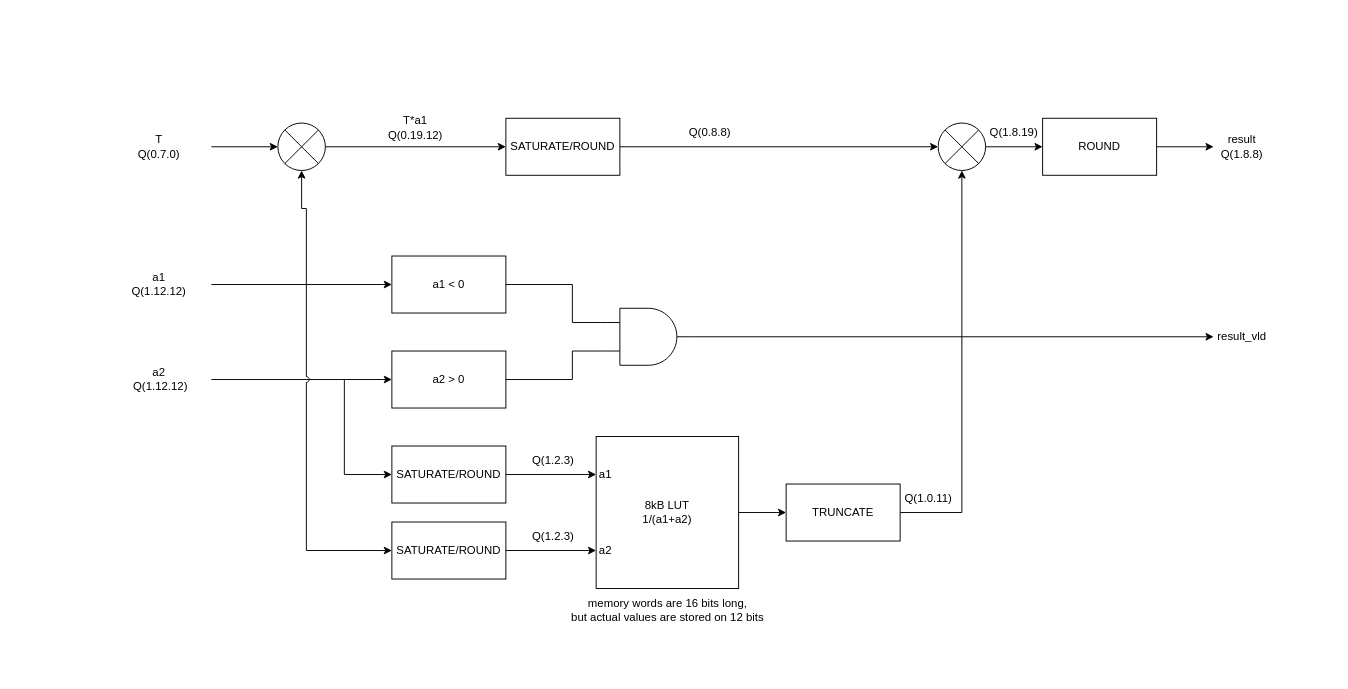
Before: Interpolator.drawio in maj77/DCFD, a draw.io diagram. Source tidied: cells renumbered, new cells numbered last; positions are measured from the earlier drawing's top-left corner, leaving out a move shared by most shapes. Both pictures are drawn from the tidied source at 95%, with x=0, y=0 at pixel (106, 113).
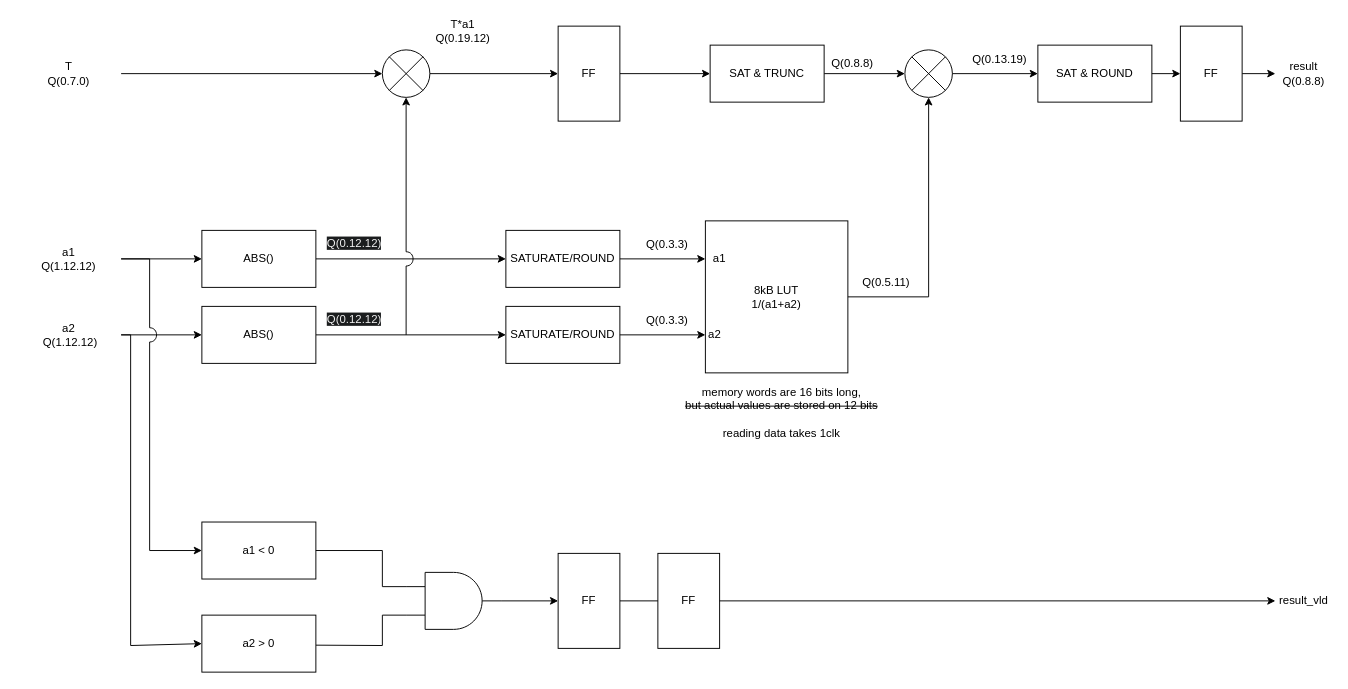
Above is the later version.

Change to the diagram source:
```diff
@@
     <mxCell id="2" value="a1 &amp;lt; 0" style="rounded=0;whiteSpace=wrap;html=1;" parent="1" vertex="1">
-      <mxGeometry x="300" y="150" width="120" height="60" as="geometry" />
+      <mxGeometry x="100" y="430" width="120" height="60" as="geometry" />
     </mxCell>
     <mxCell id="3" value="a2 &amp;gt; 0" style="rounded=0;whiteSpace=wrap;html=1;" parent="1" vertex="1">
-      <mxGeometry x="300" y="250" width="120" height="60" as="geometry" />
+      <mxGeometry x="100" y="528" width="120" height="60" as="geometry" />
     </mxCell>
+    <mxCell id="45" style="edgeStyle=orthogonalEdgeStyle;rounded=0;jettySize=auto;html=1;" parent="1" edge="1" source="4" target="55">
+      <mxGeometry relative="1" as="geometry" />
+    </mxCell>
     <mxCell id="4" value="a1 &lt;br&gt;Q(1.12.12)" style="text;html=1;strokeColor=none;fillColor=none;align=center;verticalAlign=middle;whiteSpace=wrap;rounded=0;" parent="1" vertex="1">
-      <mxGeometry y="165" width="110" height="30" as="geometry" />
+      <mxGeometry x="-95" y="138" width="110" height="30" as="geometry" />
     </mxCell>
+    <mxCell id="46" style="edgeStyle=orthogonalEdgeStyle;rounded=0;jettySize=auto;html=1;" parent="1" edge="1" source="5" target="57">
+      <mxGeometry relative="1" as="geometry" />
+    </mxCell>
     <mxCell id="5" value="a2&lt;br&gt;&amp;nbsp;Q(1.12.12)" style="text;html=1;strokeColor=none;fillColor=none;align=center;verticalAlign=middle;whiteSpace=wrap;rounded=0;" parent="1" vertex="1">
-      <mxGeometry y="265" width="110" height="30" as="geometry" />
+      <mxGeometry x="-95" y="218" width="110" height="30" as="geometry" />
     </mxCell>
-    <mxCell id="6" style="endArrow=classic;html=1;rounded=0;exitX=1;exitY=0.5;exitDx=0;exitDy=0;entryX=0;entryY=0.5;entryDx=0;entryDy=0;jumpStyle=arc;" parent="1" edge="1" source="4" target="2">
-      <mxGeometry relative="1" as="geometry" />
-    </mxCell>
-    <mxCell id="7" style="endArrow=classic;html=1;rounded=0;exitX=1;exitY=0.5;exitDx=0;exitDy=0;entryX=0;entryY=0.5;entryDx=0;entryDy=0;jumpStyle=arc;" parent="1" edge="1" source="5" target="3">
-      <mxGeometry relative="1" as="geometry" />
-    </mxCell>
     <mxCell id="8" style="verticalLabelPosition=bottom;shadow=0;dashed=0;align=center;html=1;verticalAlign=top;shape=mxgraph.electrical.logic_gates.logic_gate;operation=and;" parent="1" vertex="1">
-      <mxGeometry x="520" y="205" width="100" height="60" as="geometry" />
+      <mxGeometry x="315" y="483" width="100" height="60" as="geometry" />
     </mxCell>
     <mxCell id="9" style="endArrow=none;html=1;rounded=0;exitX=1;exitY=0.5;exitDx=0;exitDy=0;entryX=0;entryY=0.25;entryDx=0;entryDy=0;entryPerimeter=0;jumpStyle=arc;" parent="1" edge="1" source="2" target="8">
       <mxGeometry relative="1" as="geometry">
         <Array as="points">
-          <mxPoint x="490" y="180" />
-          <mxPoint x="490" y="220" />
+          <mxPoint x="290" y="460" />
+          <mxPoint x="290" y="498" />
         </Array>
       </mxGeometry>
     </mxCell>
-    <mxCell id="10" style="endArrow=none;html=1;rounded=0;exitX=1;exitY=0.5;exitDx=0;exitDy=0;entryX=0;entryY=0.75;entryDx=0;entryDy=0;entryPerimeter=0;jumpStyle=arc;" parent="1" edge="1" source="3" target="8">
+    <mxCell id="10" style="endArrow=none;html=1;rounded=0;exitX=1.001;exitY=0.527;exitDx=0;exitDy=0;entryX=0;entryY=0.75;entryDx=0;entryDy=0;entryPerimeter=0;jumpStyle=arc;exitPerimeter=0;" parent="1" edge="1" source="3" target="8">
       <mxGeometry relative="1" as="geometry">
         <Array as="points">
-          <mxPoint x="490" y="280" />
-          <mxPoint x="490" y="250" />
+          <mxPoint x="290" y="560" />
+          <mxPoint x="290" y="528" />
         </Array>
       </mxGeometry>
     </mxCell>
-    <mxCell id="11" style="endArrow=classic;html=1;rounded=0;jumpStyle=arc;entryX=0;entryY=0.5;entryDx=0;entryDy=0;" parent="1" edge="1" target="13">
-      <mxGeometry relative="1" as="geometry">
-        <mxPoint x="250" y="280" as="sourcePoint" />
-        <Array as="points">
-          <mxPoint x="250" y="380" />
-        </Array>
-      </mxGeometry>
-    </mxCell>
-    <mxCell id="12" style="endArrow=classic;html=1;rounded=0;jumpStyle=arc;entryX=0;entryY=0.5;entryDx=0;entryDy=0;" parent="1" edge="1" target="16">
-      <mxGeometry relative="1" as="geometry">
-        <mxPoint x="210" y="180" as="sourcePoint" />
-        <Array as="points">
-          <mxPoint x="210" y="460" />
-        </Array>
-      </mxGeometry>
-    </mxCell>
     <mxCell id="13" value="SATURATE/ROUND" style="rounded=0;whiteSpace=wrap;html=1;" parent="1" vertex="1">
-      <mxGeometry x="300" y="350" width="120" height="60" as="geometry" />
+      <mxGeometry x="420" y="123" width="120" height="60" as="geometry" />
     </mxCell>
-    <mxCell id="14" style="edgeStyle=orthogonalEdgeStyle;rounded=0;jettySize=auto;html=1;" parent="1" edge="1" source="15" target="44">
-      <mxGeometry relative="1" as="geometry" />
-    </mxCell>
     <mxCell id="15" value="8kB LUT&lt;br&gt;1/(a1+a2)" style="rounded=0;whiteSpace=wrap;html=1;" parent="1" vertex="1">
-      <mxGeometry x="515" y="340" width="150" height="160" as="geometry" />
+      <mxGeometry x="630" y="113" width="150" height="160" as="geometry" />
     </mxCell>
     <mxCell id="16" value="SATURATE/ROUND" style="rounded=0;whiteSpace=wrap;html=1;" parent="1" vertex="1">
-      <mxGeometry x="300" y="430" width="120" height="60" as="geometry" />
+      <mxGeometry x="420" y="203" width="120" height="60" as="geometry" />
     </mxCell>
     <mxCell id="17" value="a2" style="text;html=1;strokeColor=none;fillColor=none;align=center;verticalAlign=middle;whiteSpace=wrap;rounded=0;" parent="1" vertex="1">
-      <mxGeometry x="515" y="442.5" width="20" height="35" as="geometry" />
+      <mxGeometry x="630" y="215.5" width="20" height="35" as="geometry" />
     </mxCell>
@@
-    <mxCell id="20" value="Q(1.2.3)" style="text;html=1;strokeColor=none;fillColor=none;align=center;verticalAlign=middle;whiteSpace=wrap;rounded=0;" parent="1" vertex="1">
-      <mxGeometry x="440" y="350" width="60" height="30" as="geometry" />
+    <mxCell id="20" value="Q(0.3.3)" style="text;html=1;strokeColor=none;fillColor=none;align=center;verticalAlign=middle;whiteSpace=wrap;rounded=0;" parent="1" vertex="1">
+      <mxGeometry x="560" y="123" width="60" height="30" as="geometry" />
     </mxCell>
-    <mxCell id="21" value="Q(1.2.3)" style="text;html=1;strokeColor=none;fillColor=none;align=center;verticalAlign=middle;whiteSpace=wrap;rounded=0;" parent="1" vertex="1">
-      <mxGeometry x="440" y="430" width="60" height="30" as="geometry" />
+    <mxCell id="21" value="Q(0.3.3)" style="text;html=1;strokeColor=none;fillColor=none;align=center;verticalAlign=middle;whiteSpace=wrap;rounded=0;" parent="1" vertex="1">
+      <mxGeometry x="560" y="203" width="60" height="30" as="geometry" />
     </mxCell>
     <mxCell id="22" value="a1" style="text;html=1;strokeColor=none;fillColor=none;align=center;verticalAlign=middle;whiteSpace=wrap;rounded=0;" parent="1" vertex="1">
-      <mxGeometry x="515" y="362.5" width="20" height="35" as="geometry" />
+      <mxGeometry x="635" y="135.5" width="20" height="35" as="geometry" />
     </mxCell>
     <mxCell id="23" value="T&lt;br&gt;Q(0.7.0)" style="text;html=1;strokeColor=none;fillColor=none;align=center;verticalAlign=middle;whiteSpace=wrap;rounded=0;" parent="1" vertex="1">
-      <mxGeometry y="20" width="110" height="30" as="geometry" />
+      <mxGeometry x="-95" y="-57" width="110" height="30" as="geometry" />
     </mxCell>
     <mxCell id="24" style="verticalLabelPosition=bottom;shadow=0;dashed=0;align=center;html=1;verticalAlign=top;shape=mxgraph.electrical.abstract.multiplier;" parent="1" vertex="1">
-      <mxGeometry x="180" y="10" width="50" height="50" as="geometry" />
+      <mxGeometry x="290" y="-67" width="50" height="50" as="geometry" />
     </mxCell>
@@
-    <mxCell id="26" style="endArrow=classic;html=1;rounded=0;entryX=0.5;entryY=1;entryDx=0;entryDy=0;entryPerimeter=0;" parent="1" edge="1" target="24">
-      <mxGeometry relative="1" as="geometry">
-        <mxPoint x="210" y="180" as="sourcePoint" />
-        <Array as="points">
-          <mxPoint x="210" y="100" />
-          <mxPoint x="205" y="100" />
-        </Array>
-      </mxGeometry>
-    </mxCell>
@@
     <mxCell id="28" style="verticalLabelPosition=bottom;shadow=0;dashed=0;align=center;html=1;verticalAlign=top;shape=mxgraph.electrical.abstract.multiplier;" parent="1" vertex="1">
-      <mxGeometry x="875" y="10" width="50" height="50" as="geometry" />
+      <mxGeometry x="840" y="-67" width="50" height="50" as="geometry" />
     </mxCell>
-    <mxCell id="29" style="endArrow=classic;html=1;rounded=0;exitX=1;exitY=0.5;exitDx=0;exitDy=0;entryX=0.5;entryY=1;entryDx=0;entryDy=0;entryPerimeter=0;" parent="1" edge="1" source="44" target="28">
+    <mxCell id="29" style="endArrow=classic;html=1;rounded=0;exitX=1;exitY=0.5;exitDx=0;exitDy=0;entryX=0.5;entryY=1;entryDx=0;entryDy=0;entryPerimeter=0;" parent="1" edge="1" source="15" target="28">
       <mxGeometry relative="1" as="geometry">
         <Array as="points">
-          <mxPoint x="900" y="420" />
+          <mxPoint x="865" y="193" />
         </Array>
       </mxGeometry>
     </mxCell>
-    <mxCell id="30" value="Q(1.0.11)" style="text;html=1;strokeColor=none;fillColor=none;align=center;verticalAlign=middle;whiteSpace=wrap;rounded=0;" parent="1" vertex="1">
-      <mxGeometry x="835" y="390" width="60" height="30" as="geometry" />
-    </mxCell>
-    <mxCell id="31" style="endArrow=classic;html=1;rounded=0;exitX=1;exitY=0.5;exitDx=0;exitDy=0;exitPerimeter=0;entryX=0;entryY=0.5;entryDx=0;entryDy=0;entryPerimeter=0;" parent="1" edge="1" source="24" target="32">
+    <mxCell id="31" style="endArrow=classic;html=1;rounded=0;exitX=1;exitY=0.5;exitDx=0;exitDy=0;exitPerimeter=0;entryX=0;entryY=0.5;entryDx=0;entryDy=0;entryPerimeter=0;" parent="1" edge="1" source="48" target="32">
       <mxGeometry relative="1" as="geometry" />
     </mxCell>
-    <mxCell id="32" value="SATURATE/ROUND" style="rounded=0;whiteSpace=wrap;html=1;" parent="1" vertex="1">
-      <mxGeometry x="420" y="5" width="120" height="60" as="geometry" />
+    <mxCell id="32" value="SAT &amp;amp; TRUNC" style="rounded=0;whiteSpace=wrap;html=1;" parent="1" vertex="1">
+      <mxGeometry x="635" y="-72" width="120" height="60" as="geometry" />
     </mxCell>
     <mxCell id="33" value="T*a1&lt;br&gt;Q(0.19.12)" style="text;html=1;strokeColor=none;fillColor=none;align=center;verticalAlign=middle;whiteSpace=wrap;rounded=0;" parent="1" vertex="1">
-      <mxGeometry x="270" width="110" height="30" as="geometry" />
+      <mxGeometry x="320" y="-102" width="110" height="30" as="geometry" />
     </mxCell>
     <mxCell id="34" value="Q(0.8.8)" style="text;html=1;strokeColor=none;fillColor=none;align=center;verticalAlign=middle;whiteSpace=wrap;rounded=0;" parent="1" vertex="1">
-      <mxGeometry x="580" y="5" width="110" height="30" as="geometry" />
+      <mxGeometry x="730" y="-67" width="110" height="30" as="geometry" />
     </mxCell>
     <mxCell id="35" style="endArrow=classic;html=1;rounded=0;exitX=1;exitY=0.5;exitDx=0;exitDy=0;exitPerimeter=0;" parent="1" edge="1" source="38">
       <mxGeometry relative="1" as="geometry">
-        <mxPoint x="1035" y="35" as="targetPoint" />
+        <mxPoint x="1100" y="-42" as="targetPoint" />
       </mxGeometry>
     </mxCell>
-    <mxCell id="36" style="endArrow=classic;html=1;rounded=0;exitX=1;exitY=0.5;exitDx=0;exitDy=0;exitPerimeter=0;entryX=0;entryY=0.5;entryDx=0;entryDy=0;" parent="1" edge="1" source="8" target="42">
+    <mxCell id="36" style="endArrow=classic;html=1;rounded=0;exitX=1;exitY=0.5;exitDx=0;exitDy=0;exitPerimeter=0;entryX=0;entryY=0.5;entryDx=0;entryDy=0;" parent="1" edge="1" source="53" target="42">
       <mxGeometry relative="1" as="geometry" />
     </mxCell>
@@
-    <mxCell id="38" value="ROUND" style="rounded=0;whiteSpace=wrap;html=1;" parent="1" vertex="1">
-      <mxGeometry x="985" y="5" width="120" height="60" as="geometry" />
+    <mxCell id="38" value="SAT &amp;amp; ROUND" style="rounded=0;whiteSpace=wrap;html=1;" parent="1" vertex="1">
+      <mxGeometry x="980" y="-72" width="120" height="60" as="geometry" />
     </mxCell>
-    <mxCell id="39" style="endArrow=classic;html=1;rounded=0;exitX=1;exitY=0.5;exitDx=0;exitDy=0;" parent="1" edge="1" source="38" target="40">
+    <mxCell id="39" style="endArrow=classic;html=1;rounded=0;exitX=1;exitY=0.5;exitDx=0;exitDy=0;" parent="1" edge="1" source="51" target="40">
       <mxGeometry relative="1" as="geometry" />
     </mxCell>
-    <mxCell id="40" value="result&lt;br&gt;Q(1.8.8)" style="text;html=1;strokeColor=none;fillColor=none;align=center;verticalAlign=middle;whiteSpace=wrap;rounded=0;" parent="1" vertex="1">
-      <mxGeometry x="1165" y="20" width="60" height="30" as="geometry" />
+    <mxCell id="40" value="result&lt;br&gt;Q(0.8.8)" style="text;html=1;strokeColor=none;fillColor=none;align=center;verticalAlign=middle;whiteSpace=wrap;rounded=0;" parent="1" vertex="1">
+      <mxGeometry x="1230" y="-57" width="60" height="30" as="geometry" />
     </mxCell>
-    <mxCell id="41" value="Q(1.8.19)" style="text;html=1;strokeColor=none;fillColor=none;align=center;verticalAlign=middle;whiteSpace=wrap;rounded=0;" parent="1" vertex="1">
-      <mxGeometry x="925" y="5" width="60" height="30" as="geometry" />
+    <mxCell id="41" value="Q(0.13.19)" style="text;html=1;strokeColor=none;fillColor=none;align=center;verticalAlign=middle;whiteSpace=wrap;rounded=0;" parent="1" vertex="1">
+      <mxGeometry x="910" y="-72" width="60" height="30" as="geometry" />
     </mxCell>
     <mxCell id="42" value="result_vld" style="text;html=1;strokeColor=none;fillColor=none;align=center;verticalAlign=middle;whiteSpace=wrap;rounded=0;" parent="1" vertex="1">
-      <mxGeometry x="1165" y="220" width="60" height="30" as="geometry" />
+      <mxGeometry x="1230" y="498" width="60" height="30" as="geometry" />
     </mxCell>
-    <mxCell id="43" value="memory words are 16 bits long, &lt;br&gt;but actual values are stored on 12 bits" style="text;html=1;align=center;verticalAlign=middle;strokeColor=none;fillColor=none;" parent="1" vertex="1">
-      <mxGeometry x="475" y="503" width="230" height="40" as="geometry" />
+    <mxCell id="43" value="memory words are 16 bits long, &lt;br&gt;&lt;strike&gt;but actual values are stored on 12 bits&lt;/strike&gt;&lt;br&gt;&lt;br&gt;reading data takes 1clk" style="text;html=1;align=center;verticalAlign=middle;strokeColor=none;fillColor=none;" parent="1" vertex="1">
+      <mxGeometry x="595" y="280" width="230" height="70" as="geometry" />
     </mxCell>
-    <mxCell id="44" value="TRUNCATE" style="rounded=0;whiteSpace=wrap;html=1;" parent="1" vertex="1">
-      <mxGeometry x="715" y="390" width="120" height="60" as="geometry" />
-    </mxCell>
+    <mxCell id="47" style="endArrow=classic;html=1;rounded=0;exitX=1;exitY=0.5;exitDx=0;exitDy=0;exitPerimeter=0;entryX=0;entryY=0.5;entryDx=0;entryDy=0;entryPerimeter=0;" parent="1" edge="1" source="24" target="48">
+      <mxGeometry relative="1" as="geometry" />
+    </mxCell>
+    <mxCell id="48" value="FF" style="rounded=0;whiteSpace=wrap;html=1;" parent="1" vertex="1">
+      <mxGeometry x="475" y="-92" width="65" height="100" as="geometry" />
+    </mxCell>
+    <mxCell id="49" value="Q(0.5.11)" style="text;html=1;align=center;verticalAlign=middle;strokeColor=none;fillColor=none;" parent="1" vertex="1">
+      <mxGeometry x="785" y="163" width="70" height="30" as="geometry" />
+    </mxCell>
+    <mxCell id="50" style="endArrow=classic;html=1;rounded=0;exitX=1;exitY=0.5;exitDx=0;exitDy=0;" parent="1" edge="1" source="38" target="51">
+      <mxGeometry relative="1" as="geometry" />
+    </mxCell>
+    <mxCell id="51" value="FF" style="rounded=0;whiteSpace=wrap;html=1;" parent="1" vertex="1">
+      <mxGeometry x="1130" y="-92" width="65" height="100" as="geometry" />
+    </mxCell>
+    <mxCell id="52" style="endArrow=classic;html=1;rounded=0;exitX=1;exitY=0.5;exitDx=0;exitDy=0;exitPerimeter=0;entryX=0;entryY=0.5;entryDx=0;entryDy=0;" parent="1" edge="1" source="8" target="53">
+      <mxGeometry relative="1" as="geometry" />
+    </mxCell>
+    <mxCell id="53" value="FF" style="rounded=0;whiteSpace=wrap;html=1;" parent="1" vertex="1">
+      <mxGeometry x="475" y="463" width="65" height="100" as="geometry" />
+    </mxCell>
+    <mxCell id="54" style="edgeStyle=orthogonalEdgeStyle;rounded=0;jettySize=auto;html=1;" parent="1" edge="1" source="55" target="13">
+      <mxGeometry relative="1" as="geometry" />
+    </mxCell>
+    <mxCell id="55" value="ABS()" style="rounded=0;whiteSpace=wrap;html=1;" parent="1" vertex="1">
+      <mxGeometry x="100" y="123" width="120" height="60" as="geometry" />
+    </mxCell>
+    <mxCell id="56" style="edgeStyle=orthogonalEdgeStyle;rounded=0;jettySize=auto;html=1;" parent="1" edge="1" source="57" target="16">
+      <mxGeometry relative="1" as="geometry" />
+    </mxCell>
+    <mxCell id="57" value="ABS()" style="rounded=0;whiteSpace=wrap;html=1;" parent="1" vertex="1">
+      <mxGeometry x="100" y="203" width="120" height="60" as="geometry" />
+    </mxCell>
+    <mxCell id="58" style="endArrow=classic;html=1;rounded=0;entryX=0.5;entryY=1;entryDx=0;entryDy=0;entryPerimeter=0;jumpStyle=arc;sourcePerimeterSpacing=0;startSize=6;shadow=0;jumpSize=15;" parent="1" edge="1" target="24">
+      <mxGeometry relative="1" as="geometry">
+        <mxPoint x="315" y="233" as="sourcePoint" />
+      </mxGeometry>
+    </mxCell>
+    <mxCell id="6" style="endArrow=classic;html=1;rounded=0;entryX=0;entryY=0.5;entryDx=0;entryDy=0;exitX=1;exitY=0.5;exitDx=0;exitDy=0;jumpStyle=arc;jumpSize=15;" parent="1" edge="1" source="4" target="2">
+      <mxGeometry relative="1" as="geometry">
+        <Array as="points">
+          <mxPoint x="45" y="153" />
+          <mxPoint x="45" y="460" />
+        </Array>
+      </mxGeometry>
+    </mxCell>
+    <mxCell id="7" style="endArrow=classic;html=1;rounded=0;exitX=1;exitY=0.5;exitDx=0;exitDy=0;entryX=0;entryY=0.5;entryDx=0;entryDy=0;" parent="1" edge="1" source="5" target="3">
+      <mxGeometry relative="1" as="geometry">
+        <Array as="points">
+          <mxPoint x="25" y="233" />
+          <mxPoint x="25" y="560" />
+        </Array>
+      </mxGeometry>
+    </mxCell>
+    <mxCell id="59" value="FF" style="rounded=0;whiteSpace=wrap;html=1;" parent="1" vertex="1">
+      <mxGeometry x="580" y="463" width="65" height="100" as="geometry" />
+    </mxCell>
+    <mxCell id="60" value="&lt;span style=&quot;color: rgb(240, 240, 240); font-family: Helvetica; font-size: 12px; font-style: normal; font-variant-ligatures: normal; font-variant-caps: normal; font-weight: 400; letter-spacing: normal; orphans: 2; text-align: center; text-indent: 0px; text-transform: none; widows: 2; word-spacing: 0px; -webkit-text-stroke-width: 0px; background-color: rgb(27, 29, 30); text-decoration-thickness: initial; text-decoration-style: initial; text-decoration-color: initial; float: none; display: inline !important;&quot;&gt;Q(0.12.12)&lt;/span&gt;" style="text;whiteSpace=wrap;html=1;" parent="1" vertex="1">
+      <mxGeometry x="230" y="123" width="60" height="27" as="geometry" />
+    </mxCell>
+    <mxCell id="61" value="&lt;span style=&quot;color: rgb(240, 240, 240); font-family: Helvetica; font-size: 12px; font-style: normal; font-variant-ligatures: normal; font-variant-caps: normal; font-weight: 400; letter-spacing: normal; orphans: 2; text-align: center; text-indent: 0px; text-transform: none; widows: 2; word-spacing: 0px; -webkit-text-stroke-width: 0px; background-color: rgb(27, 29, 30); text-decoration-thickness: initial; text-decoration-style: initial; text-decoration-color: initial; float: none; display: inline !important;&quot;&gt;Q(0.12.12)&lt;/span&gt;" style="text;whiteSpace=wrap;html=1;" parent="1" vertex="1">
+      <mxGeometry x="230" y="203" width="60" height="27" as="geometry" />
+    </mxCell>
```
